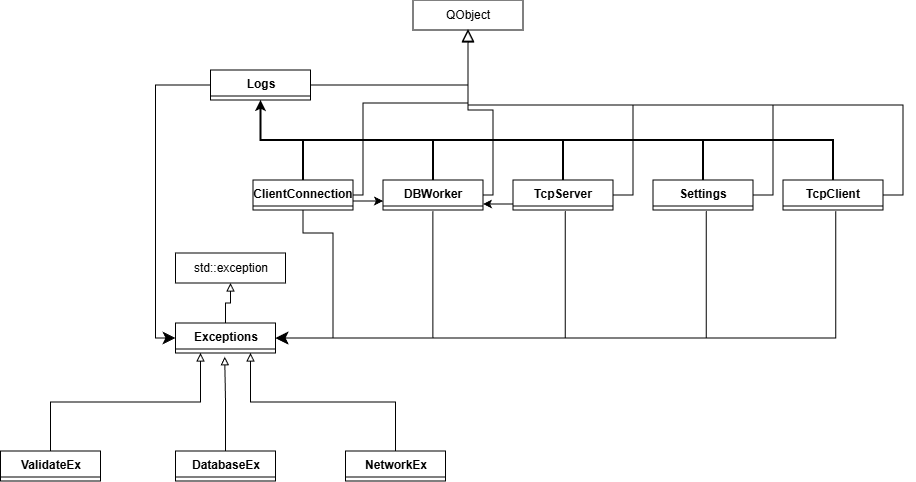
This is всякое/umls/Общая.drawio.png from SamsykaR/Diplomer, a draw.io export, as it was before one commit. Source tidied: cells renumbered, new cells last; positions are measured from the earlier drawing's top-left corner, leaving out a move shared by most shapes.
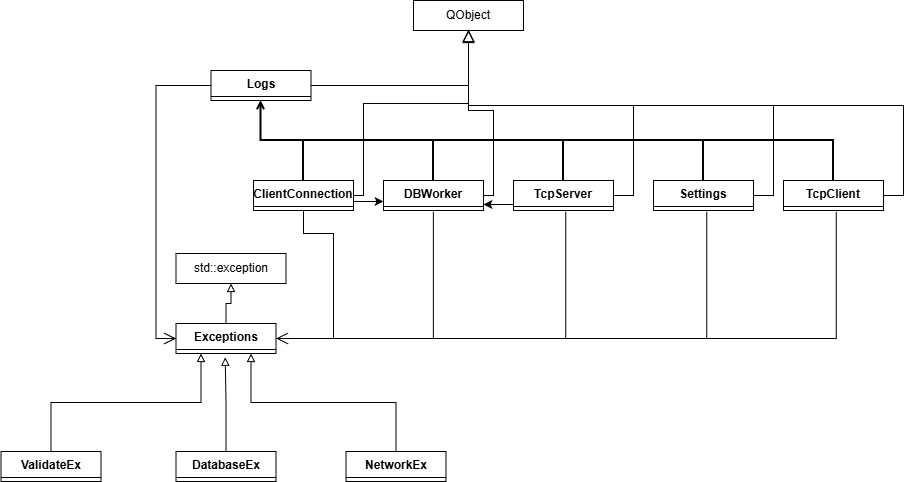
The same file after the commit.

Diff of the diagram source:
```diff
@@ -32,19 +32,19 @@
     <mxCell id="11" value="NetworkEx" style="swimlane;fontStyle=1;align=center;verticalAlign=top;horizontal=1;startSize=26;whiteSpace=wrap;html=1;" parent="1" vertex="1" collapsed="1">
       <mxGeometry x="344.5" y="451" width="100" height="30" as="geometry" />
     </mxCell>
-    <mxCell id="12" style="edgeStyle=orthogonalEdgeStyle;rounded=0;jettySize=auto;html=1;exitX=0.5;exitY=1;exitDx=0;exitDy=0;entryX=0.5;entryY=0;entryDx=0;entryDy=0;startArrow=classic;startFill=1;endArrow=none;endFill=0;startSize=5;strokeWidth=2;" parent="1" edge="1" source="17" target="25">
+    <mxCell id="12" style="edgeStyle=orthogonalEdgeStyle;rounded=0;jettySize=auto;html=1;exitX=0.5;exitY=1;exitDx=0;exitDy=0;entryX=0.5;entryY=0;entryDx=0;entryDy=0;startArrow=open;startFill=0;endArrow=none;endFill=0;startSize=5;strokeWidth=2;" parent="1" edge="1" source="17" target="25">
       <mxGeometry relative="1" as="geometry" />
     </mxCell>
-    <mxCell id="13" style="edgeStyle=orthogonalEdgeStyle;rounded=0;jettySize=auto;html=1;exitX=0.5;exitY=1;exitDx=0;exitDy=0;entryX=0.5;entryY=0;entryDx=0;entryDy=0;startArrow=classic;startFill=1;endArrow=none;endFill=0;startSize=5;strokeWidth=2;" parent="1" edge="1" source="17" target="3">
+    <mxCell id="13" style="edgeStyle=orthogonalEdgeStyle;rounded=0;jettySize=auto;html=1;exitX=0.5;exitY=1;exitDx=0;exitDy=0;entryX=0.5;entryY=0;entryDx=0;entryDy=0;startArrow=open;startFill=0;endArrow=none;endFill=0;startSize=5;strokeWidth=2;" parent="1" edge="1" source="17" target="3">
       <mxGeometry relative="1" as="geometry" />
     </mxCell>
-    <mxCell id="14" style="edgeStyle=orthogonalEdgeStyle;rounded=0;jettySize=auto;html=1;exitX=0.5;exitY=1;exitDx=0;exitDy=0;entryX=0.5;entryY=0;entryDx=0;entryDy=0;startArrow=classic;startFill=1;endArrow=none;endFill=0;startSize=5;strokeWidth=2;" parent="1" edge="1" source="17" target="20">
+    <mxCell id="14" style="edgeStyle=orthogonalEdgeStyle;rounded=0;jettySize=auto;html=1;exitX=0.5;exitY=1;exitDx=0;exitDy=0;entryX=0.5;entryY=0;entryDx=0;entryDy=0;startArrow=open;startFill=0;endArrow=none;endFill=0;startSize=5;strokeWidth=2;" parent="1" edge="1" source="17" target="20">
       <mxGeometry relative="1" as="geometry" />
     </mxCell>
-    <mxCell id="15" style="edgeStyle=orthogonalEdgeStyle;rounded=0;jettySize=auto;html=1;exitX=0.5;exitY=1;exitDx=0;exitDy=0;entryX=0.5;entryY=0;entryDx=0;entryDy=0;startArrow=classic;startFill=1;endArrow=none;endFill=0;startSize=5;strokeWidth=2;" parent="1" edge="1" source="17" target="18">
+    <mxCell id="15" style="edgeStyle=orthogonalEdgeStyle;rounded=0;jettySize=auto;html=1;exitX=0.5;exitY=1;exitDx=0;exitDy=0;entryX=0.5;entryY=0;entryDx=0;entryDy=0;startArrow=open;startFill=0;endArrow=none;endFill=0;startSize=5;strokeWidth=2;" parent="1" edge="1" source="17" target="18">
       <mxGeometry relative="1" as="geometry" />
     </mxCell>
-    <mxCell id="16" style="edgeStyle=orthogonalEdgeStyle;rounded=0;jettySize=auto;html=1;exitX=0.5;exitY=1;exitDx=0;exitDy=0;startArrow=classic;startFill=1;endArrow=none;endFill=0;startSize=5;strokeWidth=2;" parent="1" edge="1" source="17" target="19">
+    <mxCell id="16" style="edgeStyle=orthogonalEdgeStyle;rounded=0;jettySize=auto;html=1;exitX=0.5;exitY=1;exitDx=0;exitDy=0;startArrow=open;startFill=0;endArrow=none;endFill=0;startSize=5;strokeWidth=2;" parent="1" edge="1" source="17" target="19">
       <mxGeometry relative="1" as="geometry" />
     </mxCell>
     <mxCell id="17" value="Logs" style="swimlane;fontStyle=1;align=center;verticalAlign=top;horizontal=1;startSize=26;whiteSpace=wrap;html=1;" parent="1" vertex="1" collapsed="1">
@@ -81,7 +81,7 @@
         </Array>
       </mxGeometry>
     </mxCell>
-    <mxCell id="24" style="edgeStyle=orthogonalEdgeStyle;rounded=0;jettySize=auto;html=1;exitX=0.5;exitY=1;exitDx=0;exitDy=0;entryX=1;entryY=0.5;entryDx=0;entryDy=0;" parent="1" edge="1" source="25" target="6">
+    <mxCell id="24" style="edgeStyle=orthogonalEdgeStyle;rounded=0;jettySize=auto;html=1;exitX=0.5;exitY=1;exitDx=0;exitDy=0;entryX=1;entryY=0.5;entryDx=0;entryDy=0;startArrow=none;startFill=0;endArrow=open;endFill=0;" parent="1" edge="1" source="25" target="6">
       <mxGeometry relative="1" as="geometry">
         <Array as="points">
           <mxPoint x="302" y="233" />
```
